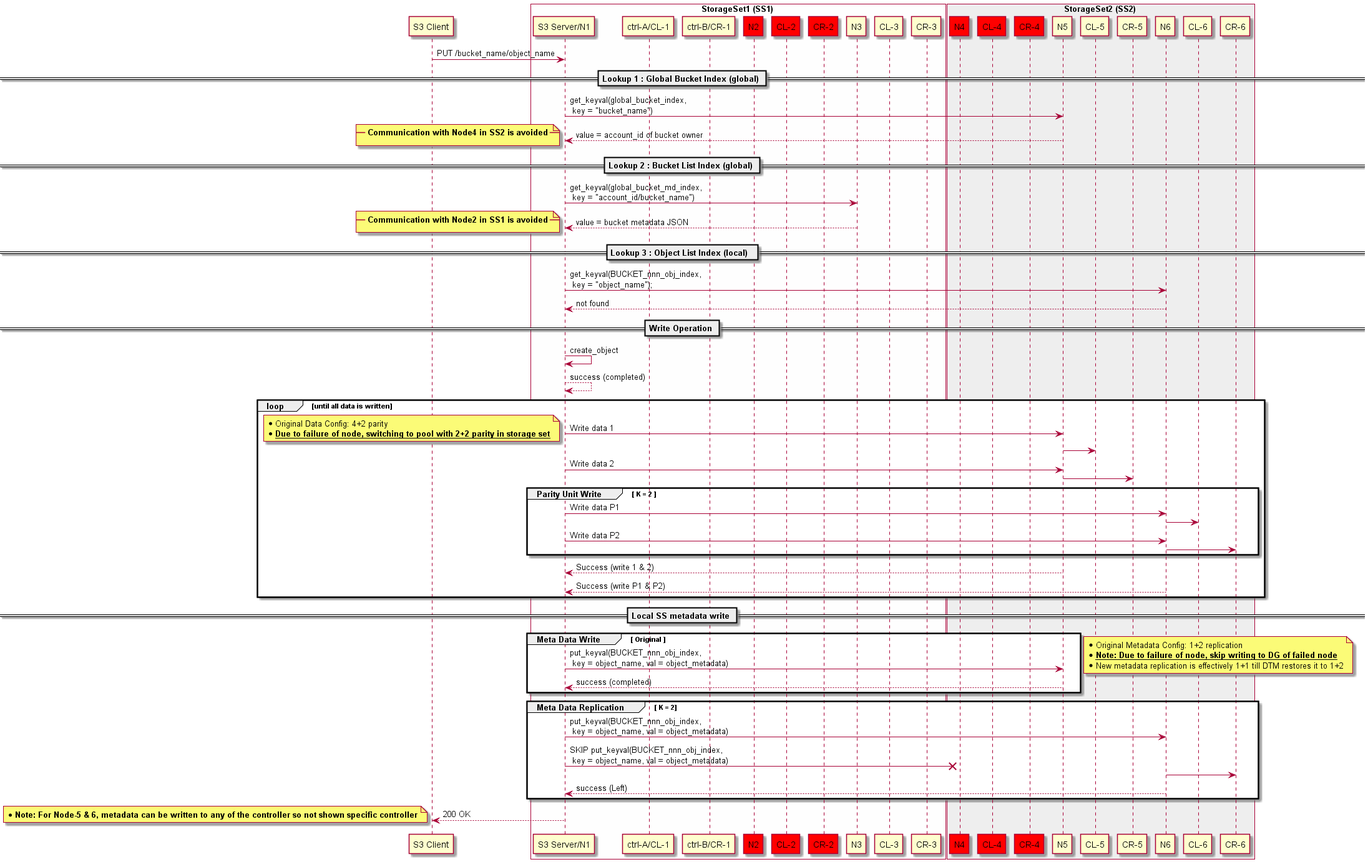
This is doc/dev/ldrr2/usecases/images/simple_object_put_failed_node.png from Seagate/cortx-motr, a PlantUML export, as it was before one commit.
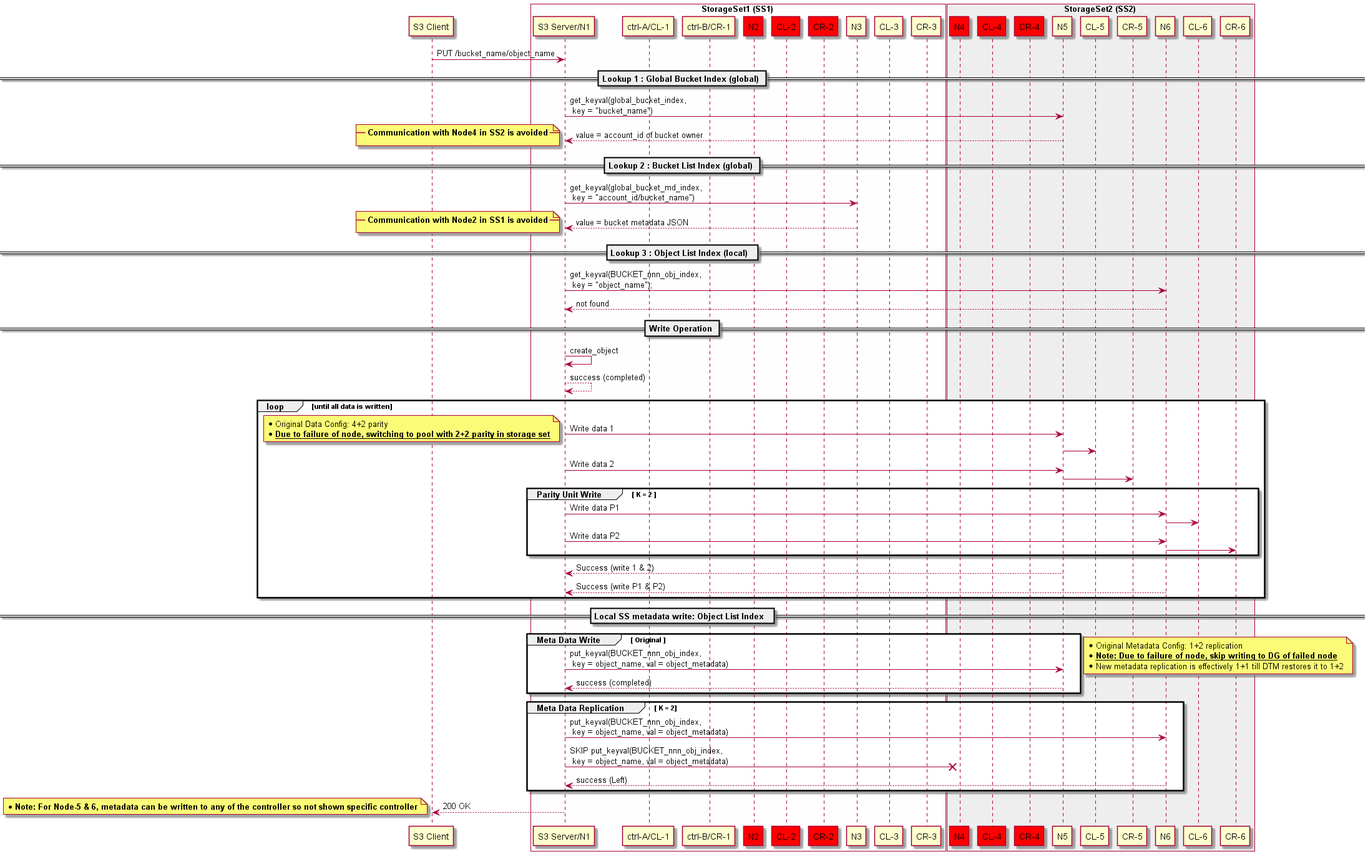
Later version of the same file.

Commit message:
Update to object put in case of node failure

Diff of the diagram source:
```diff
@@ -71,7 +71,7 @@
   N6 --> N1: Success (write P1 & P2)
 end
 
-== Local SS metadata write ==
+== Local SS metadata write: Object List Index  ==
 group Meta Data Write [ Original ]
 N1 -> N5: put_keyval(BUCKET_nnn_obj_index,\n key = object_name, val = object_metadata)
 N5 --> N1: success (completed)
@@ -85,7 +85,7 @@
 group Meta Data Replication [ K = 2]
 N1 -> N6: put_keyval(BUCKET_nnn_obj_index,\n key = object_name, val = object_metadata)
 N1 -X N4: SKIP put_keyval(BUCKET_nnn_obj_index,\n key = object_name, val = object_metadata)
-"N6" -> CR_6
+
 N6 --> N1: success (Left)
 end
 N1 --> client: 200 OK
```
